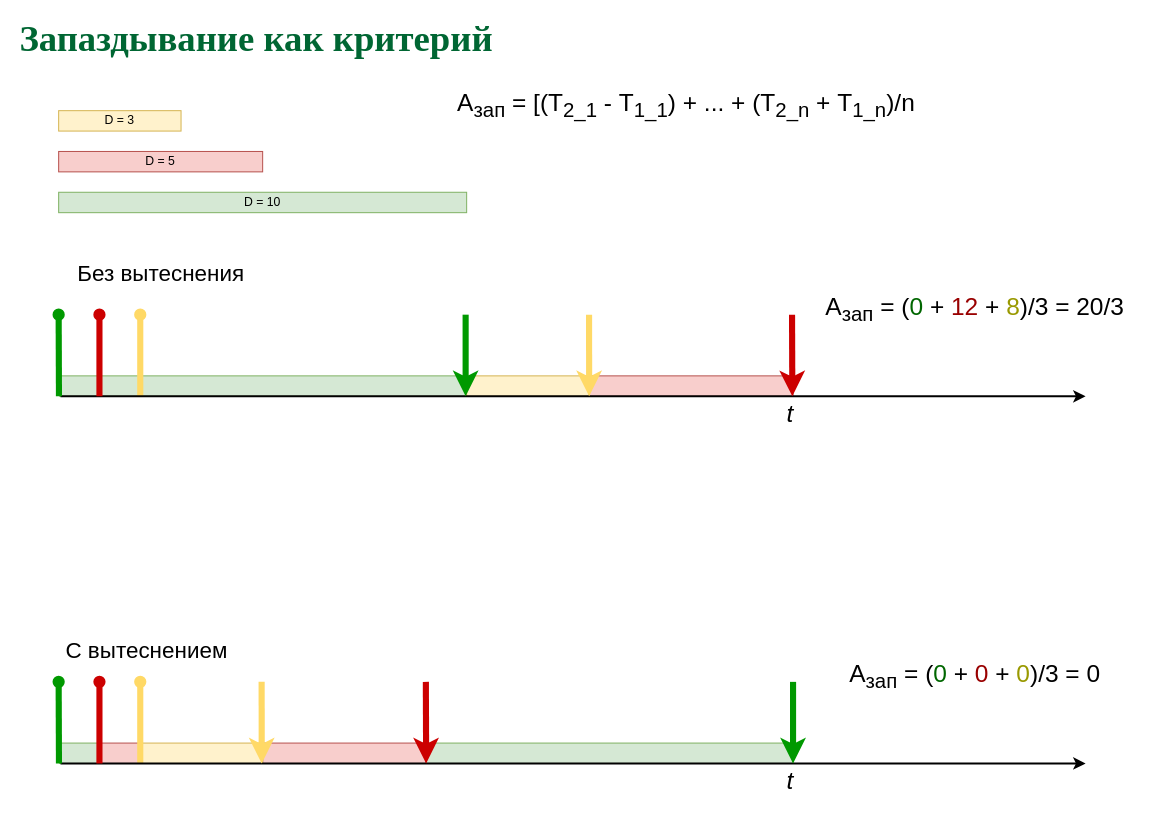
The draw.io diagram page "Latency" (9 of 11) of slides/sched.drawio in 77maxikov/os_course, before the edit. Source tidied: cells renumbered, new cells numbered last; positions are measured from the earlier drawing's top-left corner, leaving out a move shared by most shapes. Both pictures are drawn from the tidied source at 102%, with x=0, y=0 at pixel (17, 29).
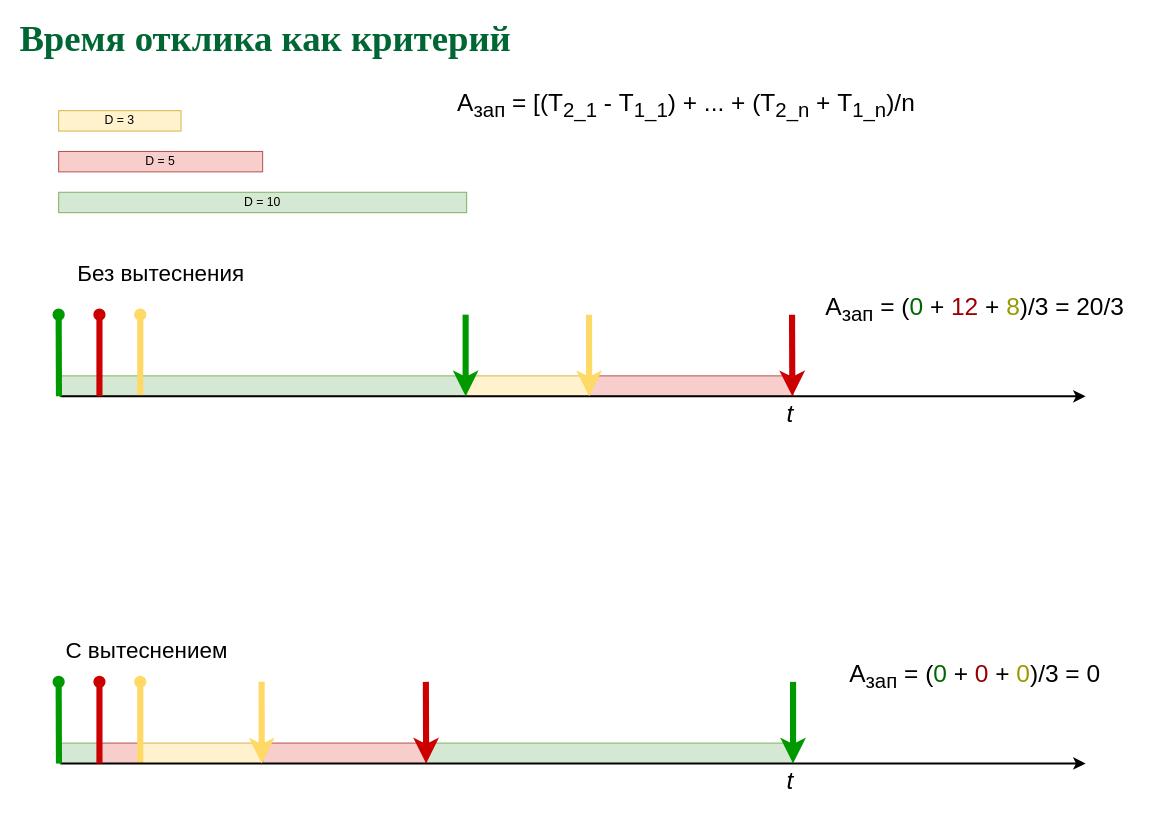
The same diagram, later.

Change to the diagram source:
```diff
@@
-    <mxCell id="4" value="&lt;font color=&quot;#006633&quot; face=&quot;Garamond&quot;&gt;&lt;span style=&quot;font-size: 36px&quot;&gt;&lt;b&gt;Запаздывание как критерий&lt;/b&gt;&lt;/span&gt;&lt;/font&gt;" style="text;html=1;align=left;verticalAlign=middle;whiteSpace=wrap;rounded=0;" parent="1" vertex="1">
+    <mxCell id="4" value="&lt;font color=&quot;#006633&quot; face=&quot;Garamond&quot;&gt;&lt;span style=&quot;font-size: 36px&quot;&gt;&lt;b&gt;Время отклика как критерий&lt;/b&gt;&lt;/span&gt;&lt;/font&gt;" style="text;html=1;align=left;verticalAlign=middle;whiteSpace=wrap;rounded=0;" parent="1" vertex="1">
       <mxGeometry width="1060" height="20" as="geometry" />
     </mxCell>
```
